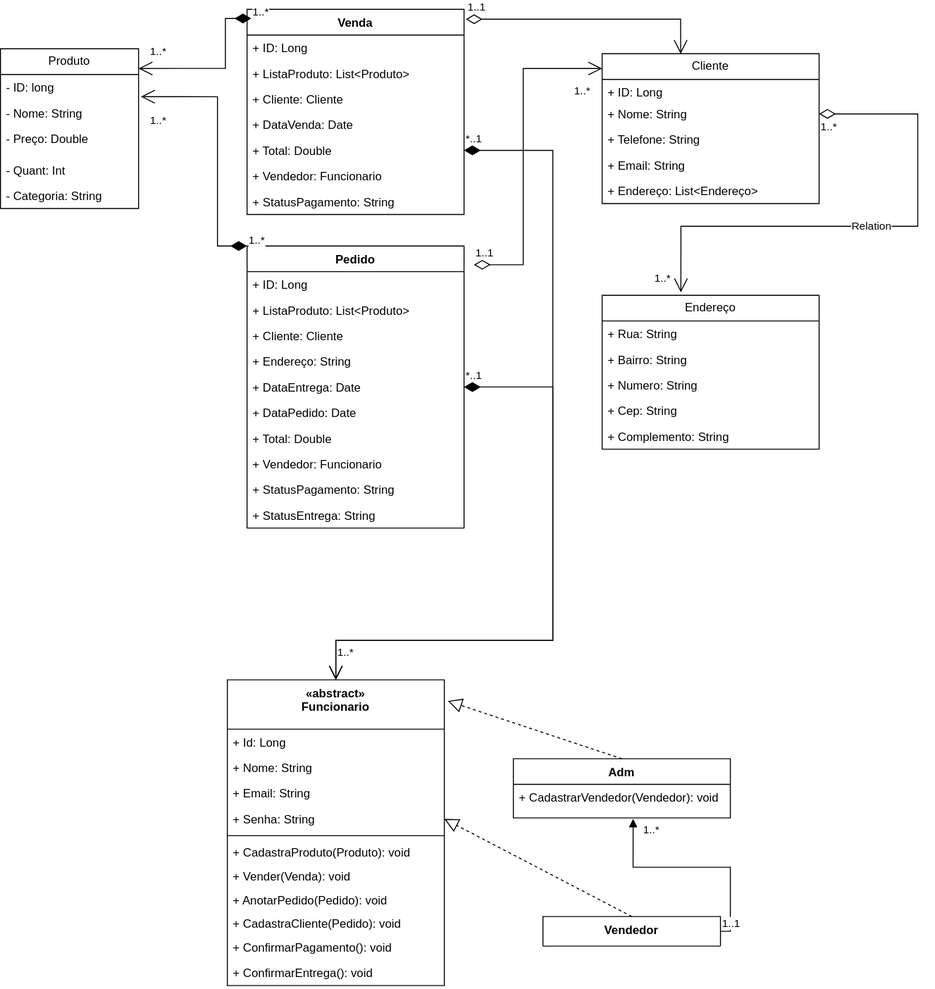
Earlier version of the draw.io export uml.svg (6abrie1/projeto_java_frutaria). Source tidied: cells renumbered, new cells last; positions are measured from the earlier drawing's top-left corner, leaving out a move shared by most shapes.
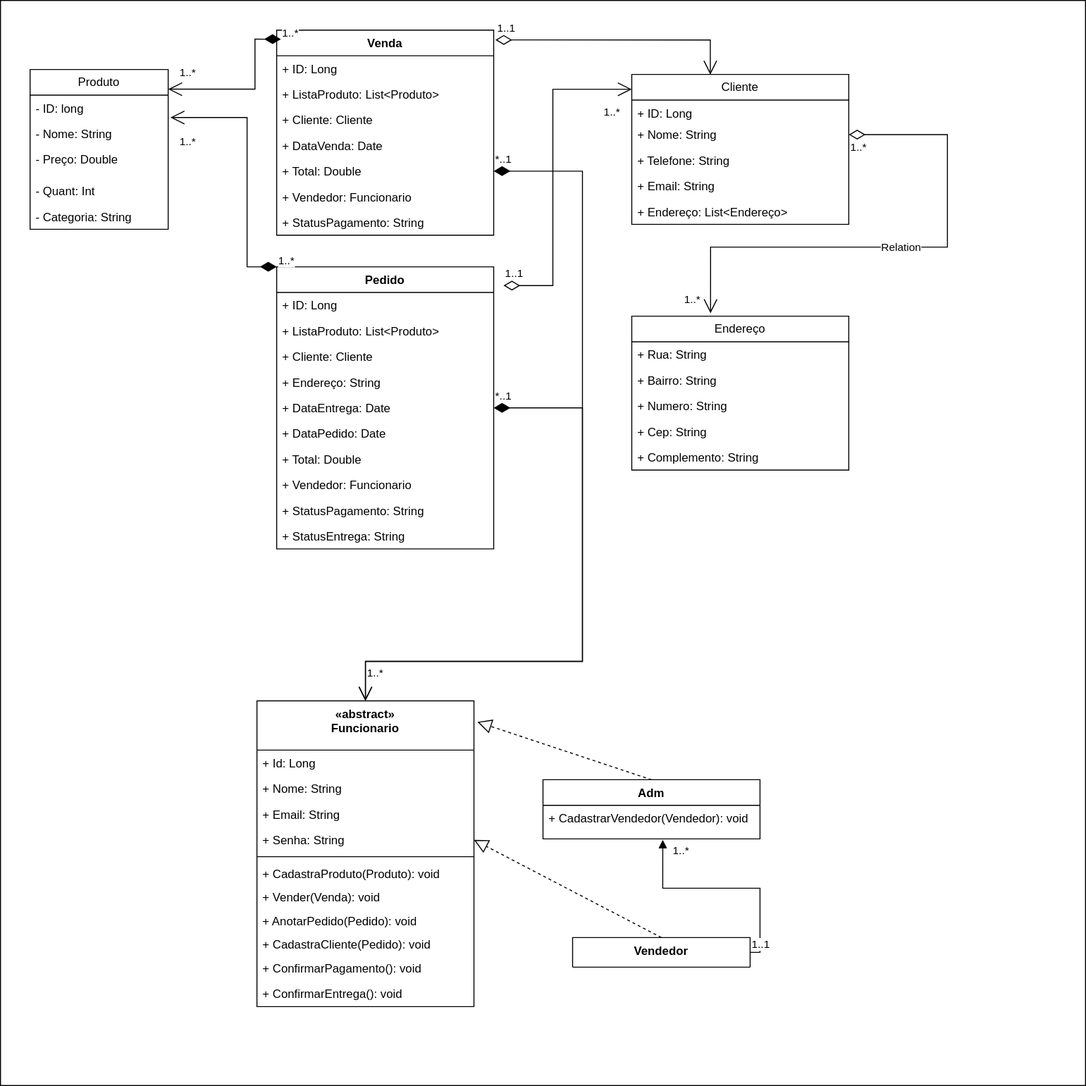
The same file after the commit.

Commit message:
correção do diagrama uml

The edit, as a diff of the source:
```diff
@@ -2,6 +2,9 @@
   <root>
     <mxCell id="0" />
     <mxCell id="1" parent="0" />
+    <mxCell id="72" style="whiteSpace=wrap;html=1;" parent="1" vertex="1">
+      <mxGeometry x="-30" y="-30" width="1100" height="1100" as="geometry" />
+    </mxCell>
     <mxCell id="2" value="Produto" style="swimlane;fontStyle=0;horizontal=1;startSize=26;fillColor=none;whiteSpace=wrap;html=1;" parent="1" vertex="1">
       <mxGeometry y="40" width="140" height="162" as="geometry" />
     </mxCell>
```
